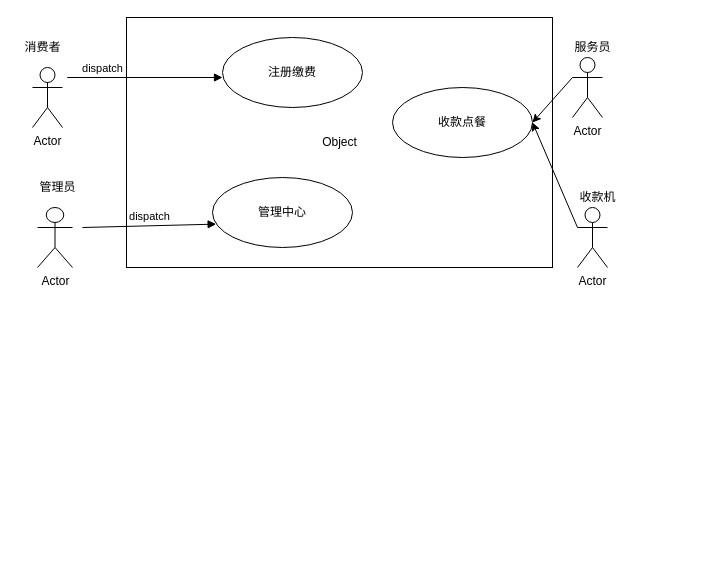
Above: Untitled Diagram.drawio in huofeng120/geektime-vue-1 (draw.io), before the change. Source tidied: cells renumbered, new cells numbered last; positions are measured from the earlier drawing's top-left corner, leaving out a move shared by most shapes. Both pictures are drawn from the tidied source at 100%, with x=0, y=0 at pixel (17, 17).
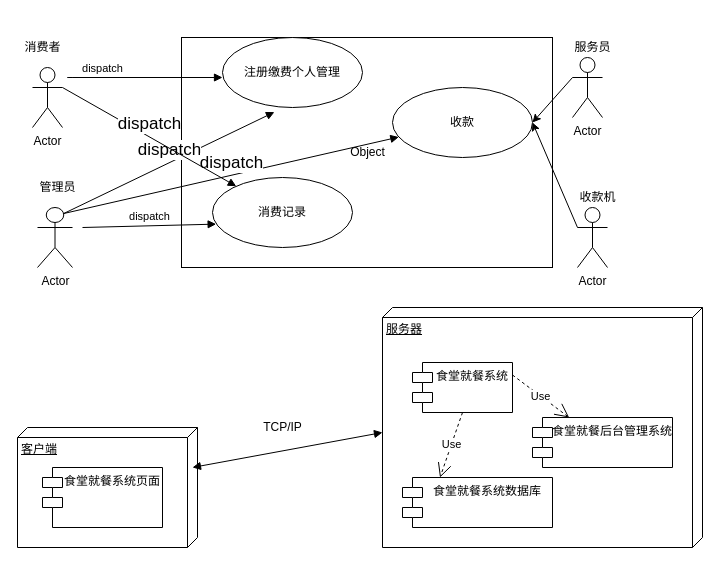
Above is the later version.

Unchanged cells that the change refers to:
```xml
<mxCell id="2" value="Actor" style="shape=umlActor;verticalLabelPosition=bottom;verticalAlign=top;html=1;" parent="1" vertex="1">
  <mxGeometry x="20" y="190" width="35" height="60" as="geometry" />
</mxCell>
<mxCell id="3" value="Actor" style="shape=umlActor;verticalLabelPosition=bottom;verticalAlign=top;html=1;" parent="1" vertex="1">
  <mxGeometry x="15" y="50" width="30" height="60" as="geometry" />
</mxCell>
```

What changed in the source:
```diff
@@
+    <mxCell id="18" style="edgeStyle=none;rounded=0;jettySize=auto;html=1;entryX=0;entryY=0.5;entryDx=0;entryDy=0;fontSize=17;" parent="1" edge="1" source="4" target="13">
+      <mxGeometry relative="1" as="geometry" />
+    </mxCell>
@@
     <mxCell id="4" value="Object" style="html=1;" parent="1" vertex="1">
-      <mxGeometry x="109" width="426" height="250" as="geometry" />
+      <mxGeometry x="164" y="20" width="371" height="230" as="geometry" />
     </mxCell>
@@
-    <mxCell id="10" value="注册缴费" style="ellipse;whiteSpace=wrap;html=1;" parent="1" vertex="1">
+    <mxCell id="10" value="注册缴费个人管理" style="ellipse;whiteSpace=wrap;html=1;" parent="1" vertex="1">
       <mxGeometry x="205" y="20" width="140" height="70" as="geometry" />
     </mxCell>
@@
-    <mxCell id="12" value="管理中心" style="ellipse;whiteSpace=wrap;html=1;" parent="1" vertex="1">
+    <mxCell id="12" value="消费记录" style="ellipse;whiteSpace=wrap;html=1;" parent="1" vertex="1">
       <mxGeometry x="195" y="160" width="140" height="70" as="geometry" />
     </mxCell>
-    <mxCell id="13" value="收款点餐" style="ellipse;whiteSpace=wrap;html=1;" parent="1" vertex="1">
+    <mxCell id="13" value="收款" style="ellipse;whiteSpace=wrap;html=1;" parent="1" vertex="1">
       <mxGeometry x="375" y="70" width="140" height="70" as="geometry" />
     </mxCell>
@@
+    <mxCell id="19" value="客户端" style="verticalAlign=top;align=left;spacingTop=8;spacingLeft=2;spacingRight=12;shape=cube;size=10;direction=south;fontStyle=4;html=1;" parent="1" vertex="1">
+      <mxGeometry y="410" width="180" height="120" as="geometry" />
+    </mxCell>
+    <mxCell id="20" value="服务器" style="verticalAlign=top;align=left;spacingTop=8;spacingLeft=2;spacingRight=12;shape=cube;size=10;direction=south;fontStyle=4;html=1;" parent="1" vertex="1">
+      <mxGeometry x="365" y="290" width="320" height="240" as="geometry" />
+    </mxCell>
+    <mxCell id="21" value="食堂就餐系统页面" style="shape=module;align=left;spacingLeft=20;align=center;verticalAlign=top;" parent="1" vertex="1">
+      <mxGeometry x="25" y="450" width="120" height="60" as="geometry" />
+    </mxCell>
+    <mxCell id="22" value="食堂就餐系统" style="shape=module;align=left;spacingLeft=20;align=center;verticalAlign=top;" parent="1" vertex="1">
+      <mxGeometry x="395" y="345" width="100" height="50" as="geometry" />
+    </mxCell>
+    <mxCell id="23" value="食堂就餐系统数据库" style="shape=module;align=left;spacingLeft=20;align=center;verticalAlign=top;" parent="1" vertex="1">
+      <mxGeometry x="385" y="460" width="150" height="50" as="geometry" />
+    </mxCell>
+    <mxCell id="24" value="食堂就餐后台管理系统" style="shape=module;align=left;spacingLeft=20;align=center;verticalAlign=top;" parent="1" vertex="1">
+      <mxGeometry x="515" y="400" width="140" height="50" as="geometry" />
+    </mxCell>
+    <mxCell id="25" style="endArrow=block;startArrow=block;endFill=1;startFill=1;html=1;exitX=0.333;exitY=0.028;exitDx=0;exitDy=0;exitPerimeter=0;entryX=0;entryY=0;entryDx=125;entryDy=320;entryPerimeter=0;" parent="1" edge="1" source="19" target="20">
+      <mxGeometry relative="1" as="geometry" />
+    </mxCell>
+    <mxCell id="26" value="TCP/IP" style="text;html=1;align=center;verticalAlign=middle;fillColor=none;strokeColor=none;rounded=0;" parent="1" vertex="1">
+      <mxGeometry x="240" y="400" width="50" height="20" as="geometry" />
+    </mxCell>
+    <mxCell id="27" value="Use" style="endArrow=open;endSize=12;dashed=1;html=1;exitX=0.5;exitY=1;exitDx=0;exitDy=0;entryX=0.25;entryY=0;entryDx=0;entryDy=0;" parent="1" edge="1" source="22" target="23">
+      <mxGeometry relative="1" as="geometry" />
+    </mxCell>
+    <mxCell id="28" value="Use" style="endArrow=open;endSize=12;dashed=1;html=1;exitX=1;exitY=0.25;exitDx=0;exitDy=0;" parent="1" edge="1" source="22" target="24">
+      <mxGeometry relative="1" as="geometry" />
+    </mxCell>
+    <mxCell id="29" value="dispatch" style="html=1;verticalAlign=bottom;endArrow=block;fontSize=17;exitX=0.75;exitY=0.1;exitDx=0;exitDy=0;exitPerimeter=0;entryX=0.371;entryY=1.066;entryDx=0;entryDy=0;entryPerimeter=0;" parent="1" edge="1" source="2" target="10">
+      <mxGeometry relative="1" as="geometry" />
+    </mxCell>
+    <mxCell id="30" value="dispatch" style="html=1;verticalAlign=bottom;endArrow=block;fontSize=17;exitX=0.75;exitY=0.1;exitDx=0;exitDy=0;exitPerimeter=0;" parent="1" edge="1" source="2" target="13">
+      <mxGeometry relative="1" as="geometry" />
+    </mxCell>
+    <mxCell id="31" value="dispatch" style="html=1;verticalAlign=bottom;endArrow=block;fontSize=17;exitX=1;exitY=0.3333333333333333;exitDx=0;exitDy=0;exitPerimeter=0;" parent="1" edge="1" source="3" target="12">
+      <mxGeometry relative="1" as="geometry" />
+    </mxCell>
```
